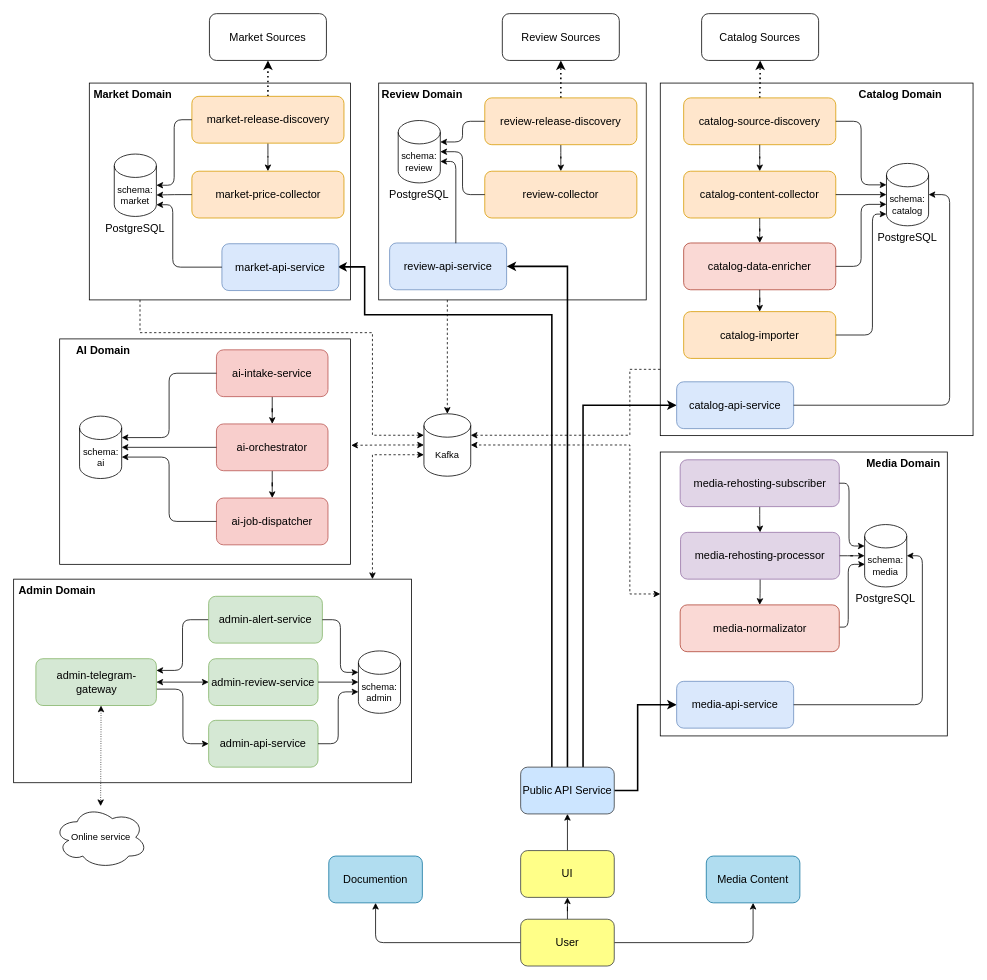
Before: monstrino-docs/extra/diagrams/architecture-overview-v5.drawio in MafiaCoconut/Monstrino, a draw.io diagram. Source tidied: cells renumbered, new cells numbered last; positions are measured from the earlier drawing's top-left corner, leaving out a move shared by most shapes. Both pictures are drawn from the tidied source at 78%, with x=0, y=0 at pixel (13, 13).
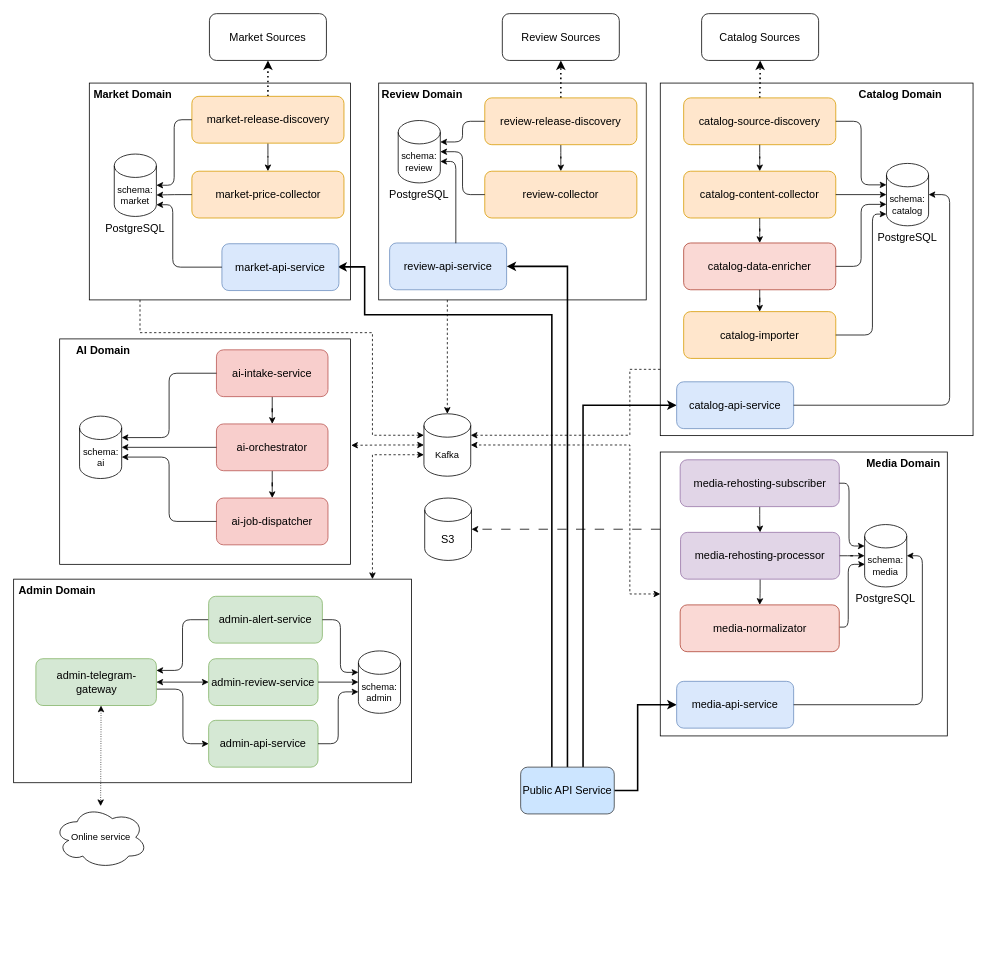
The same diagram, later.

Unchanged cells that the change refers to:
```xml
<mxCell id="3" style="rounded=0;whiteSpace=wrap;html=1;fillColor=none;fontSize=14;" parent="1" vertex="1">
  <mxGeometry x="829" y="562" width="368" height="364" as="geometry" />
</mxCell>
<mxCell id="12" value="Public API Service" style="rounded=1;whiteSpace=wrap;html=1;fillColor=#cce5ff;strokeColor=#36393d;fontSize=14;" parent="1" vertex="1">
  <mxGeometry x="650" y="966" width="120" height="60" as="geometry" />
</mxCell>
```

Change to the diagram source:
```diff
@@
-    <mxCell id="13" style="edgeStyle=orthogonalEdgeStyle;rounded=1;jettySize=auto;html=1;entryX=0.5;entryY=1;entryDx=0;entryDy=0;curved=0;fontSize=14;" parent="1" edge="1" source="16" target="20">
-      <mxGeometry relative="1" as="geometry" />
-    </mxCell>
-    <mxCell id="14" style="edgeStyle=orthogonalEdgeStyle;rounded=1;jettySize=auto;html=1;entryX=0.5;entryY=1;entryDx=0;entryDy=0;curved=0;fontSize=14;" parent="1" edge="1" source="16" target="19">
-      <mxGeometry relative="1" as="geometry" />
-    </mxCell>
-    <mxCell id="15" style="edgeStyle=orthogonalEdgeStyle;rounded=1;jettySize=auto;html=1;entryX=0.5;entryY=1;entryDx=0;entryDy=0;curved=0;fontSize=14;" parent="1" edge="1" source="16" target="17">
-      <mxGeometry relative="1" as="geometry" />
-    </mxCell>
-    <mxCell id="16" value="User" style="rounded=1;whiteSpace=wrap;html=1;fillColor=#ffff88;strokeColor=#36393d;fontSize=14;" parent="1" vertex="1">
-      <mxGeometry x="650" y="1161" width="120" height="60" as="geometry" />
-    </mxCell>
-    <mxCell id="17" value="Media Content" style="rounded=1;whiteSpace=wrap;html=1;fillColor=#b1ddf0;strokeColor=#10739e;fontSize=14;" parent="1" vertex="1">
-      <mxGeometry x="888" y="1080" width="120" height="60" as="geometry" />
-    </mxCell>
-    <mxCell id="18" style="edgeStyle=orthogonalEdgeStyle;rounded=1;jettySize=auto;html=1;entryX=0.5;entryY=1;entryDx=0;entryDy=0;curved=0;fontSize=14;" parent="1" edge="1" source="19" target="12">
-      <mxGeometry relative="1" as="geometry" />
-    </mxCell>
-    <mxCell id="19" value="UI" style="rounded=1;whiteSpace=wrap;html=1;fillColor=#ffff88;strokeColor=#36393d;fontSize=14;" parent="1" vertex="1">
-      <mxGeometry x="650" y="1073" width="120" height="60" as="geometry" />
-    </mxCell>
-    <mxCell id="20" value="Documention" style="rounded=1;whiteSpace=wrap;html=1;fillColor=#b1ddf0;strokeColor=#10739e;fontSize=14;" parent="1" vertex="1">
-      <mxGeometry x="404" y="1080" width="120" height="60" as="geometry" />
-    </mxCell>
@@
+    <mxCell id="107" value="S3" style="shape=cylinder3;whiteSpace=wrap;html=1;boundedLbl=1;backgroundOutline=1;size=15;fontSize=14;" parent="1" vertex="1">
+      <mxGeometry x="527" y="621" width="60" height="80" as="geometry" />
+    </mxCell>
+    <mxCell id="108" style="edgeStyle=orthogonalEdgeStyle;rounded=0;jettySize=auto;html=1;entryX=1;entryY=0.5;entryDx=0;entryDy=0;entryPerimeter=0;dashed=1;dashPattern=12 12;" parent="1" edge="1" source="3" target="107">
+      <mxGeometry relative="1" as="geometry">
+        <Array as="points">
+          <mxPoint x="760" y="661" />
+          <mxPoint x="760" y="661" />
+        </Array>
+      </mxGeometry>
+    </mxCell>
```
